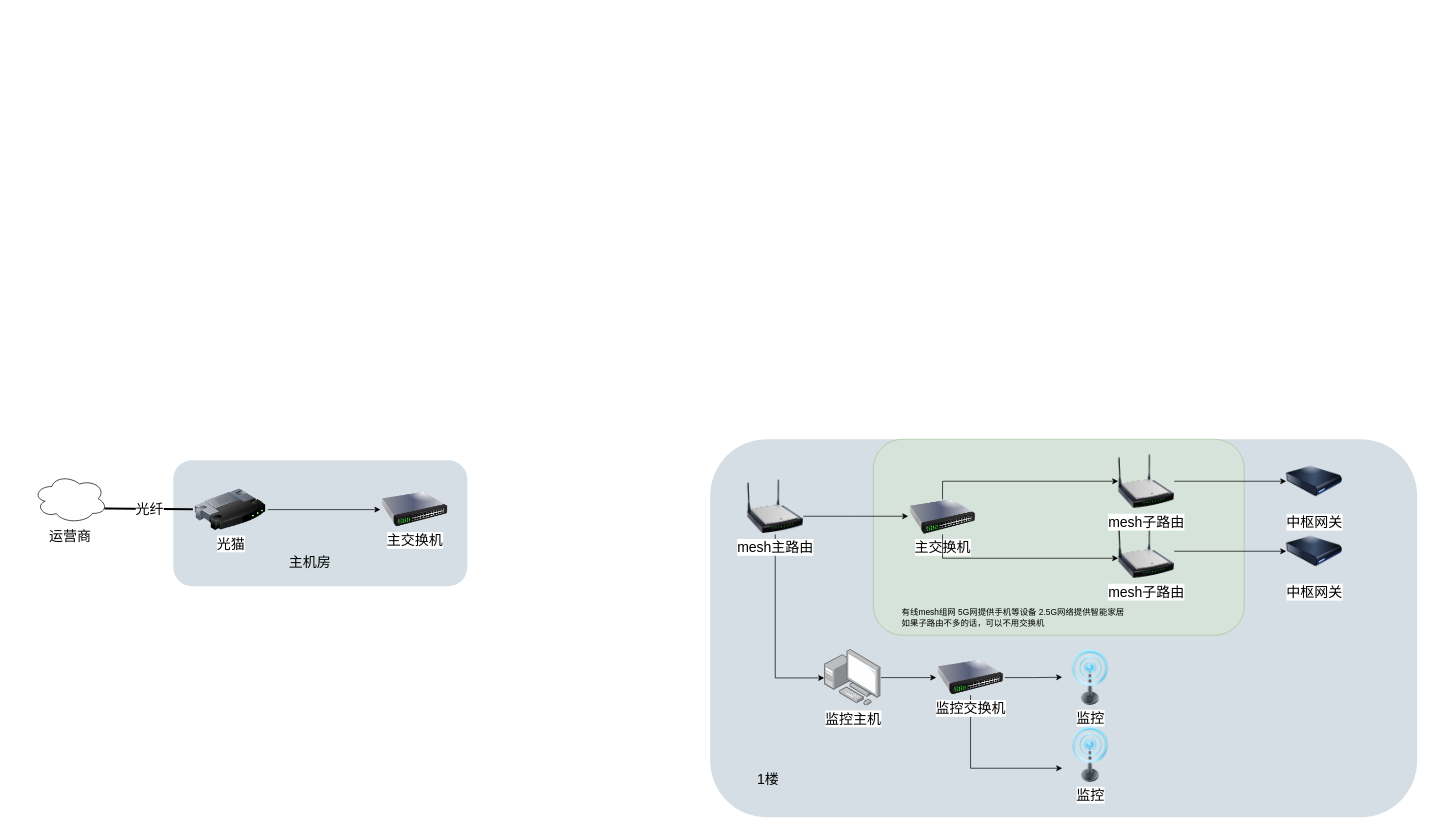
Before: 自建房设计/网络拓补图.drawio in Red-Scarf/draw-io-project, a draw.io diagram. Source tidied: cells renumbered, new cells numbered last; positions are measured from the earlier drawing's top-left corner, leaving out a move shared by most shapes. Both pictures are drawn from the tidied source at 70%, with x=0, y=0 at pixel (33, 439).
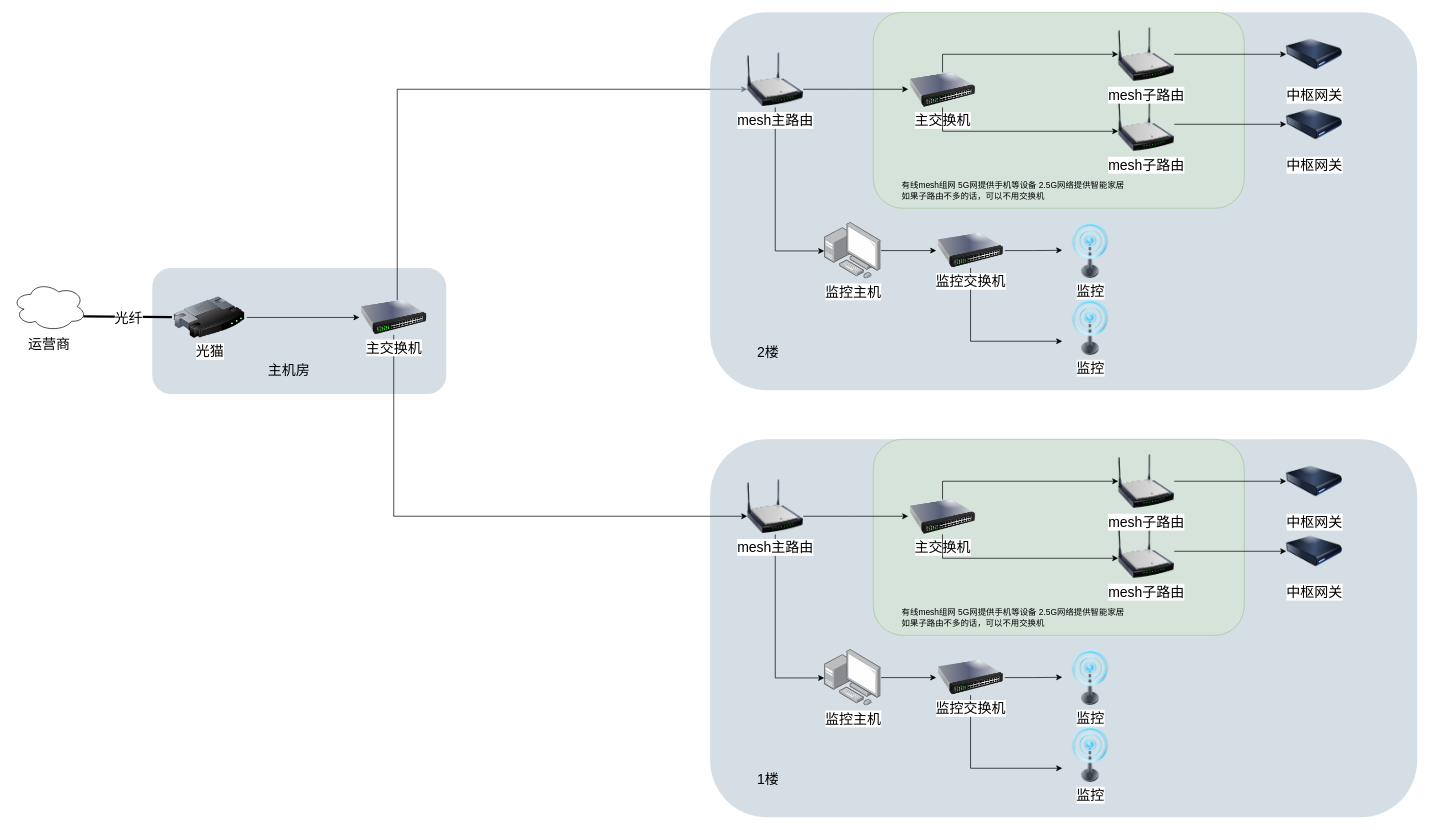
The same page after the edit.

Commit message:
多楼层网络拓补图

Unchanged cells that the change refers to:
```xml
<mxCell id="18" value="mesh主路由" style="image;html=1;image=img/lib/clip_art/networking/Wireless_Router_N_128x128.png;fontSize=20;" parent="1" vertex="1">
  <mxGeometry x="1020" y="56" width="80" height="80" as="geometry" />
</mxCell>
```

Diff of the diagram source:
```diff
@@
     <mxCell id="4" style="rounded=1;whiteSpace=wrap;html=1;strokeColor=none;fillColor=#BAC8D3;fontSize=24;fontColor=#23445D;align=center;opacity=60;" parent="1" vertex="1">
-      <mxGeometry x="200" y="30" width="420" height="180" as="geometry" />
+      <mxGeometry x="170" y="-244.5" width="420" height="180" as="geometry" />
     </mxCell>
     <mxCell id="5" value="运营商" style="ellipse;shape=cloud;whiteSpace=wrap;html=1;fontSize=20;labelPosition=center;verticalLabelPosition=bottom;align=center;verticalAlign=top;" parent="1" vertex="1">
-      <mxGeometry y="50" width="106" height="70" as="geometry" />
+      <mxGeometry x="-30" y="-224.5" width="106" height="70" as="geometry" />
     </mxCell>
@@
     <mxCell id="9" value="光猫" style="image;html=1;image=img/lib/clip_art/networking/Router_128x128.png;fontSize=20;" parent="1" vertex="1">
-      <mxGeometry x="228" y="70.5" width="107" height="60" as="geometry" />
+      <mxGeometry x="198" y="-204" width="107" height="60" as="geometry" />
     </mxCell>
@@
     <mxCell id="11" value="主机房" style="text;strokeColor=none;align=center;fillColor=none;html=1;verticalAlign=middle;whiteSpace=wrap;rounded=0;fontSize=20;" parent="1" vertex="1">
-      <mxGeometry x="360" y="160" width="71" height="30" as="geometry" />
+      <mxGeometry x="330" y="-114.5" width="71" height="30" as="geometry" />
     </mxCell>
+    <mxCell id="33" style="edgeStyle=orthogonalEdgeStyle;rounded=0;jettySize=auto;html=1;" parent="1" edge="1" source="12" target="18">
+      <mxGeometry relative="1" as="geometry">
+        <Array as="points">
+          <mxPoint x="515" y="110" />
+        </Array>
+      </mxGeometry>
+    </mxCell>
+    <mxCell id="34" style="edgeStyle=orthogonalEdgeStyle;rounded=0;jettySize=auto;html=1;" parent="1" edge="1" source="12" target="43">
+      <mxGeometry relative="1" as="geometry">
+        <Array as="points">
+          <mxPoint x="520" y="-500" />
+        </Array>
+      </mxGeometry>
+    </mxCell>
     <mxCell id="12" value="主交换机" style="image;html=1;image=img/lib/clip_art/networking/Switch_128x128.png;fontSize=20;" parent="1" vertex="1">
-      <mxGeometry x="496" y="75.5" width="98" height="50" as="geometry" />
+      <mxGeometry x="466" y="-199" width="98" height="50" as="geometry" />
     </mxCell>
@@
+    <mxCell id="35" style="rounded=1;whiteSpace=wrap;html=1;strokeColor=none;fillColor=#BAC8D3;fontSize=24;fontColor=#23445D;align=center;opacity=60;" parent="1" vertex="1">
+      <mxGeometry x="967" y="-610" width="1010" height="540" as="geometry" />
+    </mxCell>
+    <mxCell id="36" style="rounded=1;whiteSpace=wrap;html=1;strokeColor=#82b366;fillColor=#d5e8d4;fontSize=24;align=center;opacity=60;" parent="1" vertex="1">
+      <mxGeometry x="1200" y="-610" width="530" height="280" as="geometry" />
+    </mxCell>
+    <mxCell id="37" value="2楼" style="text;strokeColor=none;align=center;fillColor=none;html=1;verticalAlign=middle;whiteSpace=wrap;rounded=0;fontSize=20;" parent="1" vertex="1">
+      <mxGeometry x="1020" y="-140" width="60" height="30" as="geometry" />
+    </mxCell>
+    <mxCell id="38" value="主交换机" style="image;html=1;image=img/lib/clip_art/networking/Switch_128x128.png;fontSize=20;" parent="1" vertex="1">
+      <mxGeometry x="1250" y="-524" width="98" height="50" as="geometry" />
+    </mxCell>
+    <mxCell id="39" style="edgeStyle=orthogonalEdgeStyle;rounded=0;jettySize=auto;html=1;" parent="1" edge="1" source="38" target="45">
+      <mxGeometry relative="1" as="geometry">
+        <Array as="points">
+          <mxPoint x="1299" y="-440" />
+        </Array>
+      </mxGeometry>
+    </mxCell>
+    <mxCell id="40" style="edgeStyle=orthogonalEdgeStyle;rounded=0;jettySize=auto;html=1;" parent="1" edge="1" source="38" target="47">
+      <mxGeometry relative="1" as="geometry">
+        <Array as="points">
+          <mxPoint x="1299" y="-550" />
+        </Array>
+      </mxGeometry>
+    </mxCell>
+    <mxCell id="41" style="edgeStyle=orthogonalEdgeStyle;rounded=0;jettySize=auto;html=1;" parent="1" edge="1" source="43" target="38">
+      <mxGeometry relative="1" as="geometry">
+        <Array as="points">
+          <mxPoint x="1170" y="-500" />
+          <mxPoint x="1170" y="-500" />
+        </Array>
+      </mxGeometry>
+    </mxCell>
+    <mxCell id="42" style="edgeStyle=orthogonalEdgeStyle;rounded=0;jettySize=auto;html=1;" parent="1" edge="1" source="43" target="52">
+      <mxGeometry relative="1" as="geometry">
+        <Array as="points">
+          <mxPoint x="1060" y="-269" />
+        </Array>
+      </mxGeometry>
+    </mxCell>
+    <mxCell id="43" value="mesh主路由" style="image;html=1;image=img/lib/clip_art/networking/Wireless_Router_N_128x128.png;fontSize=20;" parent="1" vertex="1">
+      <mxGeometry x="1020" y="-554" width="80" height="80" as="geometry" />
+    </mxCell>
+    <mxCell id="44" style="edgeStyle=orthogonalEdgeStyle;rounded=0;jettySize=auto;html=1;" parent="1" edge="1" source="45" target="49">
+      <mxGeometry relative="1" as="geometry" />
+    </mxCell>
+    <mxCell id="45" value="mesh子路由" style="image;html=1;image=img/lib/clip_art/networking/Wireless_Router_N_128x128.png;fontSize=20;" parent="1" vertex="1">
+      <mxGeometry x="1550" y="-490" width="80" height="80" as="geometry" />
+    </mxCell>
+    <mxCell id="46" style="edgeStyle=orthogonalEdgeStyle;rounded=0;jettySize=auto;html=1;" parent="1" edge="1" source="47" target="50">
+      <mxGeometry relative="1" as="geometry" />
+    </mxCell>
+    <mxCell id="47" value="mesh子路由" style="image;html=1;image=img/lib/clip_art/networking/Wireless_Router_N_128x128.png;fontSize=20;" parent="1" vertex="1">
+      <mxGeometry x="1550" y="-590" width="80" height="80" as="geometry" />
+    </mxCell>
+    <mxCell id="48" value="有线mesh组网 5G网提供手机等设备 2.5G网络提供智能家居&lt;br&gt;&lt;div style=&quot;text-align: left;&quot;&gt;&lt;span style=&quot;background-color: initial;&quot;&gt;如果子路由不多的话，可以不用交换机&lt;/span&gt;&lt;/div&gt;" style="text;strokeColor=none;align=center;fillColor=none;html=1;verticalAlign=middle;whiteSpace=wrap;rounded=0;" parent="1" vertex="1">
+      <mxGeometry x="1230" y="-370" width="340" height="30" as="geometry" />
+    </mxCell>
+    <mxCell id="49" value="中枢网关" style="image;html=1;image=img/lib/clip_art/computers/Harddrive_128x128.png;fontSize=20;" parent="1" vertex="1">
+      <mxGeometry x="1790" y="-490" width="80" height="80" as="geometry" />
+    </mxCell>
+    <mxCell id="50" value="中枢网关" style="image;html=1;image=img/lib/clip_art/computers/Harddrive_128x128.png;fontSize=20;" parent="1" vertex="1">
+      <mxGeometry x="1790" y="-590" width="80" height="80" as="geometry" />
+    </mxCell>
+    <mxCell id="51" style="edgeStyle=orthogonalEdgeStyle;rounded=0;jettySize=auto;html=1;" parent="1" edge="1" source="52" target="55">
+      <mxGeometry relative="1" as="geometry" />
+    </mxCell>
+    <mxCell id="52" value="监控主机" style="image;points=[];html=1;align=center;shadow=0;dashed=0;image=img/lib/allied_telesis/computer_and_terminals/Personal_Computer_with_Server.svg;fontSize=20;" parent="1" vertex="1">
+      <mxGeometry x="1130" y="-310" width="81" height="81" as="geometry" />
+    </mxCell>
+    <mxCell id="53" style="edgeStyle=orthogonalEdgeStyle;rounded=0;jettySize=auto;html=1;" parent="1" edge="1" source="55" target="56">
+      <mxGeometry relative="1" as="geometry" />
+    </mxCell>
+    <mxCell id="54" style="edgeStyle=orthogonalEdgeStyle;rounded=0;jettySize=auto;html=1;" parent="1" edge="1" source="55" target="57">
+      <mxGeometry relative="1" as="geometry">
+        <Array as="points">
+          <mxPoint x="1339" y="-140" />
+        </Array>
+      </mxGeometry>
+    </mxCell>
+    <mxCell id="55" value="监控交换机" style="image;html=1;image=img/lib/clip_art/networking/Switch_128x128.png;fontSize=20;" parent="1" vertex="1">
+      <mxGeometry x="1290" y="-294.5" width="98" height="50" as="geometry" />
+    </mxCell>
+    <mxCell id="56" value="监控" style="image;html=1;image=img/lib/clip_art/telecommunication/Signal_tower_on_128x128.png;fontSize=20;" parent="1" vertex="1">
+      <mxGeometry x="1470" y="-310" width="80" height="80" as="geometry" />
+    </mxCell>
+    <mxCell id="57" value="监控" style="image;html=1;image=img/lib/clip_art/telecommunication/Signal_tower_on_128x128.png;fontSize=20;" parent="1" vertex="1">
+      <mxGeometry x="1470" y="-200" width="80" height="80" as="geometry" />
+    </mxCell>
```
